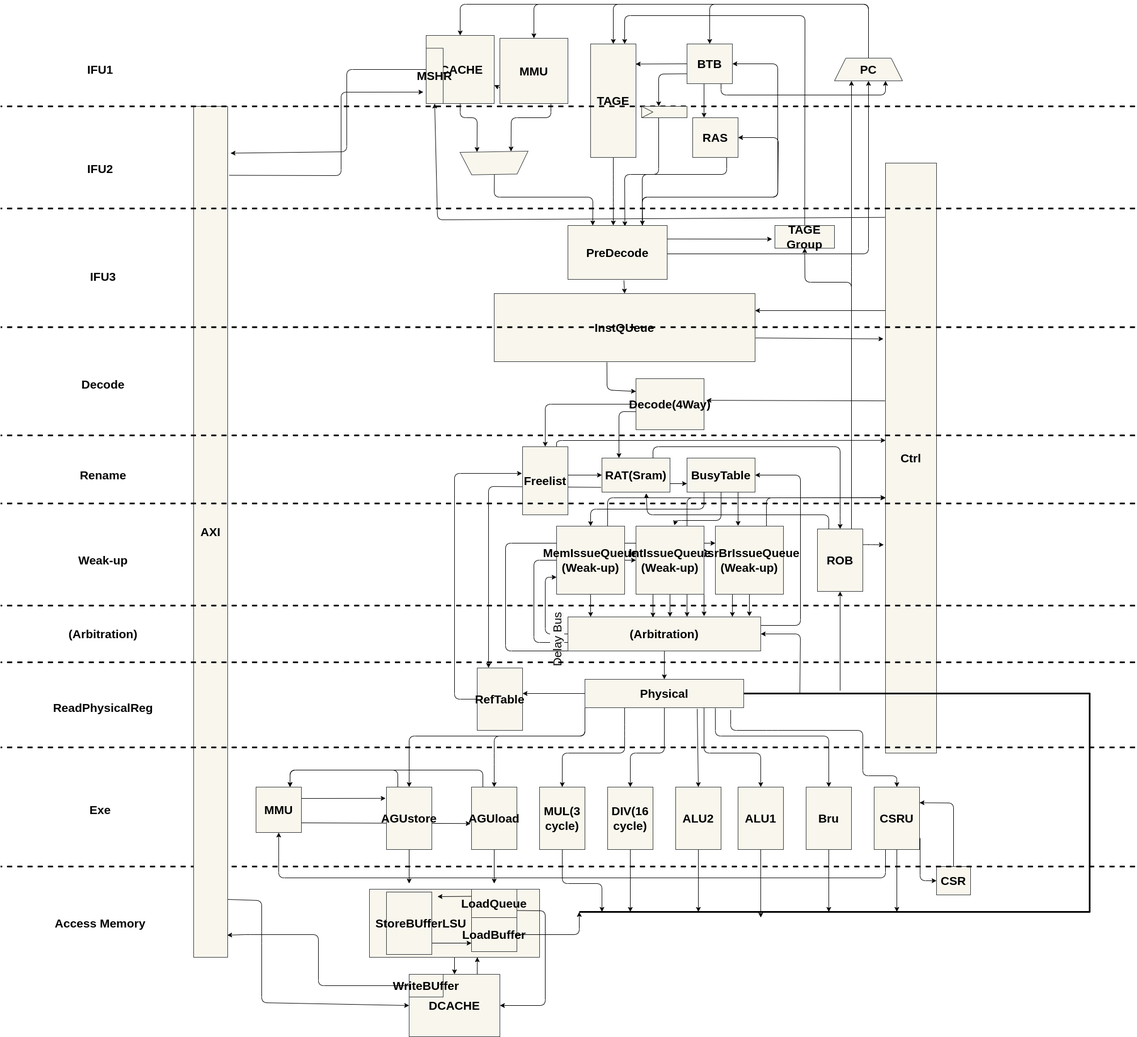
xunqianxun/LongArch-liguoqi-CPU keeps this draw.io diagram as doc/picture/Arch.png. Above is the earlier version. Source tidied: cells renumbered, new cells last; positions are measured from the earlier drawing's top-left corner, leaving out a move shared by most shapes.
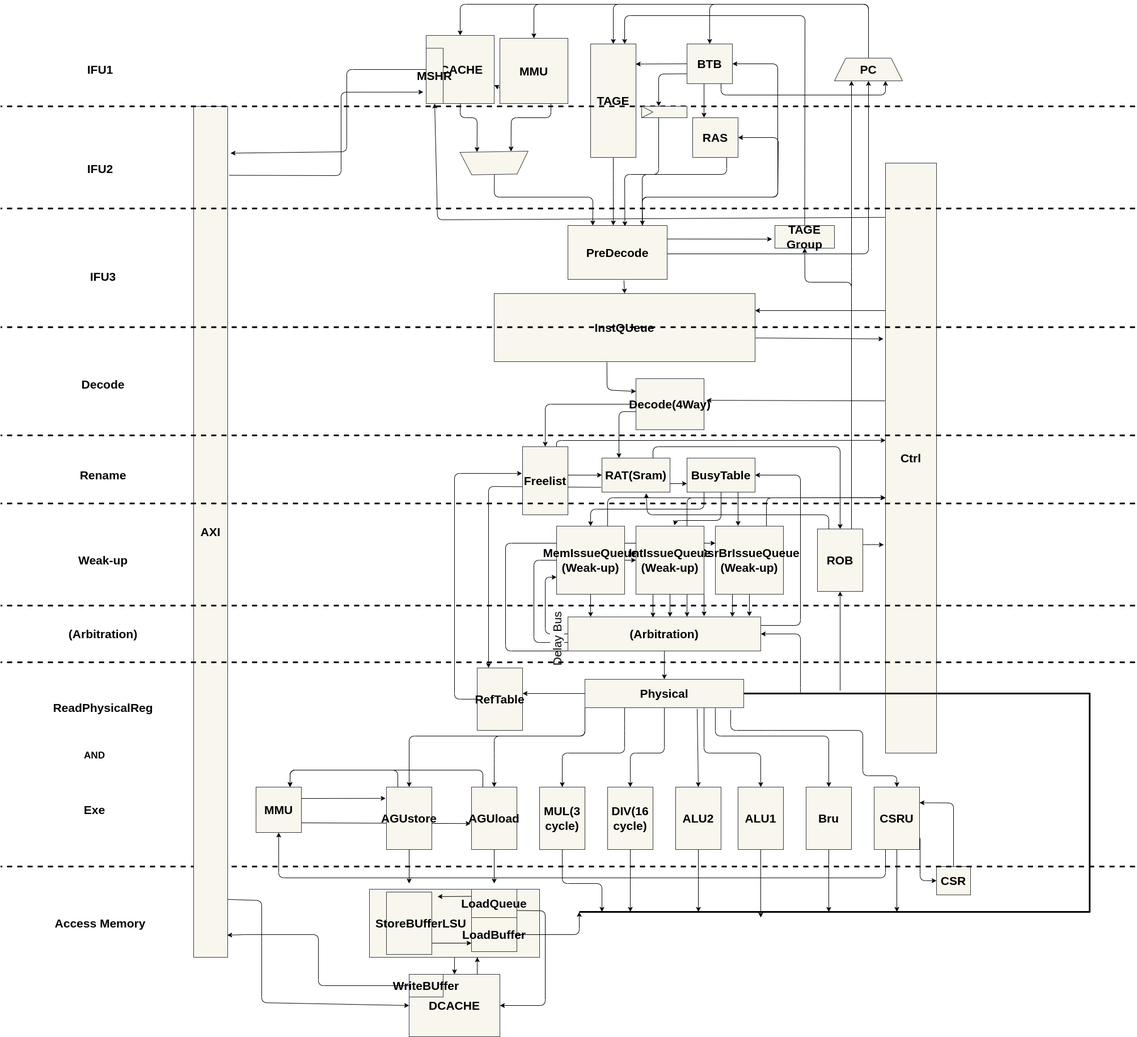
The same file after the commit.

Diff of the diagram source:
```diff
@@ -623,12 +623,6 @@
         <mxPoint y="1160" as="targetPoint" />
       </mxGeometry>
     </mxCell>
-    <mxCell id="115" style="edgeStyle=none;html=1;strokeColor=#000000;fontSize=21;fontColor=#050505;startArrow=none;startFill=0;endArrow=none;endFill=0;strokeWidth=3;dashed=1;" parent="1" edge="1">
-      <mxGeometry relative="1" as="geometry">
-        <mxPoint x="2000" y="1310" as="sourcePoint" />
-        <mxPoint y="1310" as="targetPoint" />
-      </mxGeometry>
-    </mxCell>
     <mxCell id="116" style="edgeStyle=none;html=1;strokeColor=#000000;fontSize=21;fontColor=#050505;startArrow=none;startFill=0;endArrow=none;endFill=0;strokeWidth=3;dashed=1;" parent="1" edge="1">
       <mxGeometry relative="1" as="geometry">
         <mxPoint x="2000" y="360" as="sourcePoint" />
@@ -672,7 +666,7 @@
       <mxGeometry x="80" y="1220" width="200" height="40" as="geometry" />
     </mxCell>
     <mxCell id="127" value="&lt;span style=&quot;font-size: 21px;&quot;&gt;&lt;b style=&quot;font-size: 21px;&quot;&gt;Exe&lt;/b&gt;&lt;/span&gt;" style="text;html=1;align=center;verticalAlign=middle;strokeColor=none;fillColor=none;fontSize=21;fontColor=#050505;strokeWidth=0;" parent="1" vertex="1">
-      <mxGeometry x="145" y="1400" width="60" height="40" as="geometry" />
+      <mxGeometry x="135" y="1400" width="60" height="40" as="geometry" />
     </mxCell>
     <mxCell id="128" value="&lt;span style=&quot;font-size: 21px;&quot;&gt;&lt;b style=&quot;font-size: 21px;&quot;&gt;Access Memory&lt;/b&gt;&lt;/span&gt;" style="text;html=1;align=center;verticalAlign=middle;strokeColor=none;fillColor=none;fontSize=21;fontColor=#050505;strokeWidth=0;" parent="1" vertex="1">
       <mxGeometry x="85" y="1600" width="180" height="40" as="geometry" />
@@ -832,5 +826,8 @@
     <mxCell id="157" value="&lt;b style=&quot;color: rgb(0, 0, 0); font-size: 21px;&quot;&gt;StoreBUffer&lt;/b&gt;" style="whiteSpace=wrap;html=1;fillColor=#f9f7ed;strokeColor=#36393d;fontSize=21;" parent="1" vertex="1">
       <mxGeometry x="680" y="1565" width="80" height="110" as="geometry" />
     </mxCell>
+    <mxCell id="158" value="&lt;font size=&quot;1&quot; color=&quot;#030303&quot;&gt;&lt;b style=&quot;font-size: 17px;&quot;&gt;AND&lt;/b&gt;&lt;/font&gt;" style="text;html=1;align=center;verticalAlign=middle;strokeColor=none;fillColor=none;" parent="1" vertex="1">
+      <mxGeometry x="135" y="1310" width="60" height="30" as="geometry" />
+    </mxCell>
   </root>
 </mxGraphModel>
```
